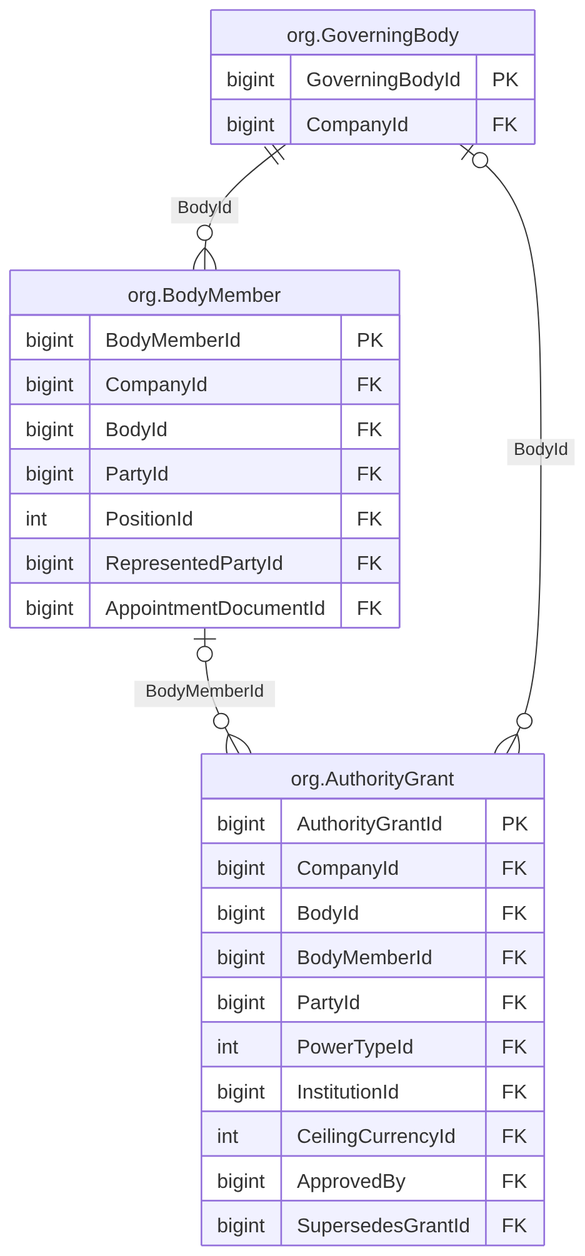
The Mermaid diagram treasury-platform/docs/diagrams/erd/m1_company_2.png in thawrasy/smartlines, before a commit. Its source is kept beside it as treasury-platform/docs/diagrams/erd/m1_company_2.mmd.
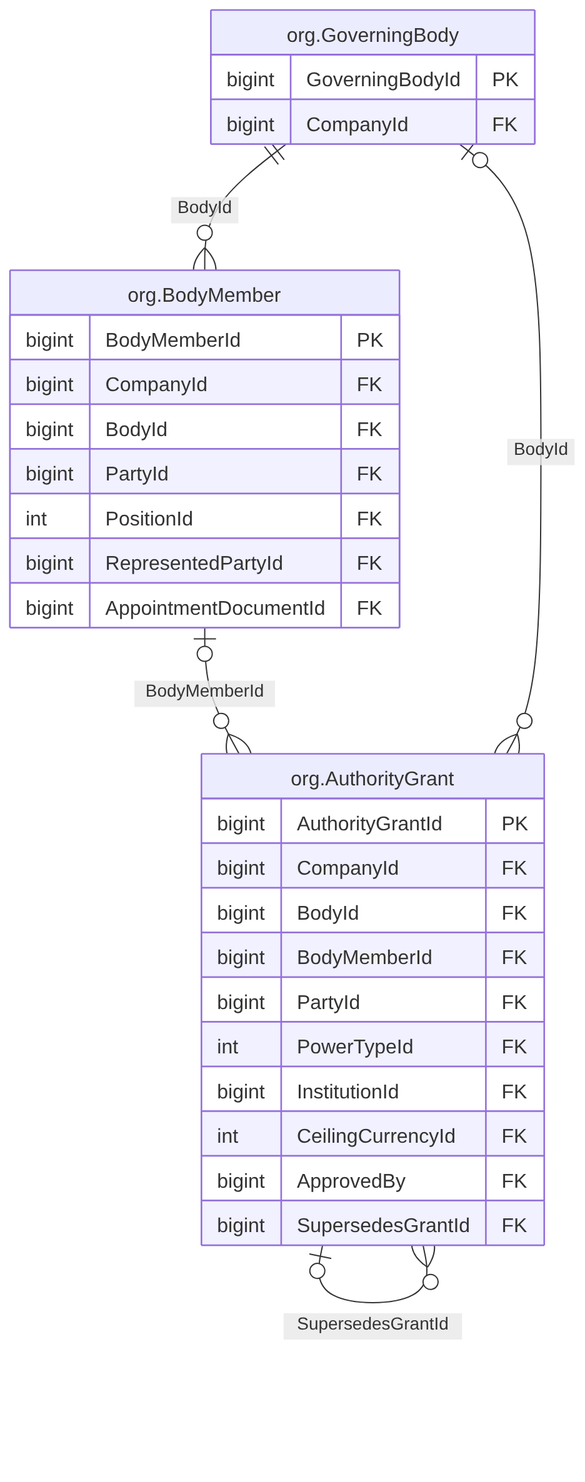
The same file after the commit.

Change to the diagram source:
```diff
@@ -24,6 +24,7 @@
     bigint ApprovedBy FK
     bigint SupersedesGrantId FK
   }
+  org_AuthorityGrant |o--o{ org_AuthorityGrant : "SupersedesGrantId"
   org_BodyMember |o--o{ org_AuthorityGrant : "BodyMemberId"
   org_GoverningBody |o--o{ org_AuthorityGrant : "BodyId"
   org_GoverningBody ||--o{ org_BodyMember : "BodyId"
```
